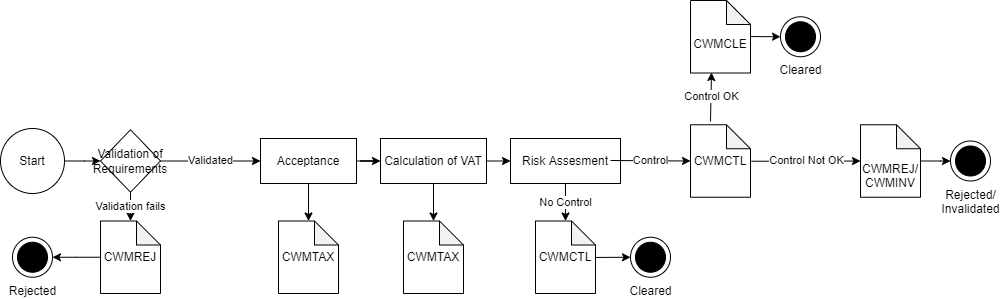
Earlier version of the draw.io export Flows/ima.png (skat/dms-public). Source tidied: cells renumbered, new cells last; positions are measured from the earlier drawing's top-left corner, leaving out a move shared by most shapes.
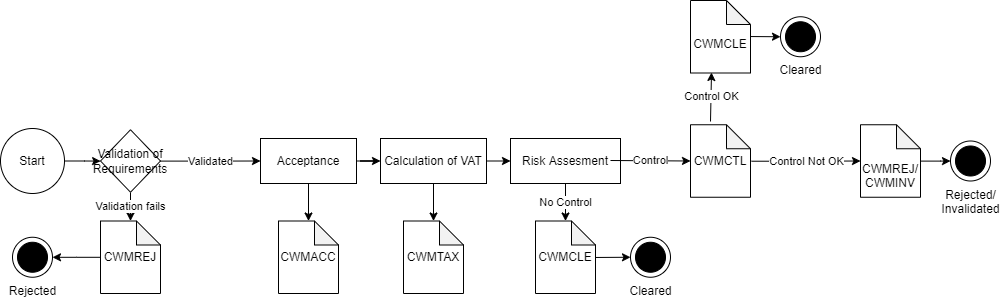
After the change.

Diff of the diagram source:
```diff
@@ -84,13 +84,13 @@
     <mxCell id="27" value="CWMCTL" style="shape=note;whiteSpace=wrap;html=1;backgroundOutline=1;darkOpacity=0.05;size=24;" parent="1" vertex="1">
       <mxGeometry x="690" y="124.2" width="60" height="72.5" as="geometry" />
     </mxCell>
-    <mxCell id="28" value="CWMCTL" style="shape=note;whiteSpace=wrap;html=1;backgroundOutline=1;darkOpacity=0.05;size=24;" parent="1" vertex="1">
+    <mxCell id="28" value="CWMCLE" style="shape=note;whiteSpace=wrap;html=1;backgroundOutline=1;darkOpacity=0.05;size=24;" parent="1" vertex="1">
       <mxGeometry x="535" y="220.5" width="60" height="72.5" as="geometry" />
     </mxCell>
     <mxCell id="29" value="CWMTAX" style="shape=note;whiteSpace=wrap;html=1;backgroundOutline=1;darkOpacity=0.05;size=24;" parent="1" vertex="1">
       <mxGeometry x="403" y="220.5" width="60" height="72.5" as="geometry" />
     </mxCell>
-    <mxCell id="30" value="CWMTAX" style="shape=note;whiteSpace=wrap;html=1;backgroundOutline=1;darkOpacity=0.05;size=24;" parent="1" vertex="1">
+    <mxCell id="30" value="CWMACC" style="shape=note;whiteSpace=wrap;html=1;backgroundOutline=1;darkOpacity=0.05;size=24;" parent="1" vertex="1">
       <mxGeometry x="278" y="220.5" width="60" height="72.5" as="geometry" />
     </mxCell>
     <mxCell id="31" style="edgeStyle=orthogonalEdgeStyle;rounded=0;jettySize=auto;html=1;" parent="1" edge="1" source="32" target="2">
```
